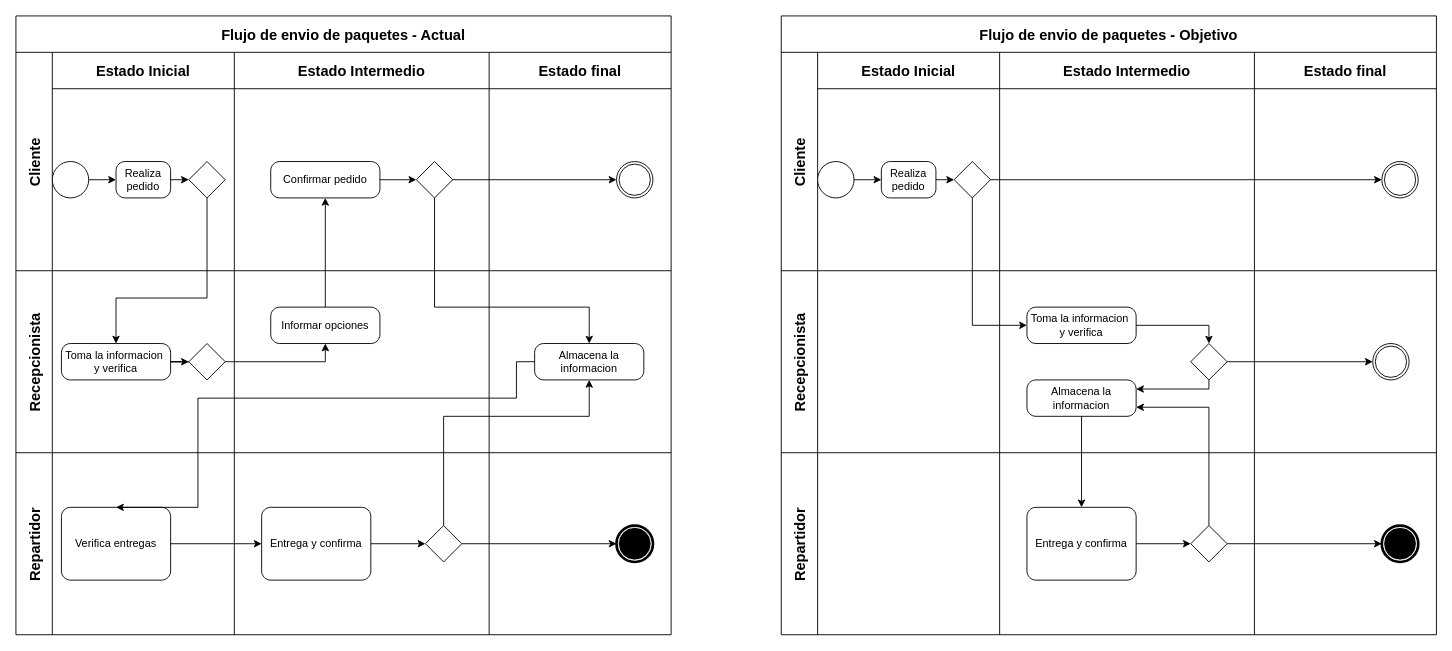
Before: page "Modelo BPMN actual" (1 of 6) of 1. Planear/Envia.drawio in Jlcastano22/Envia, a draw.io diagram. Source tidied: cells renumbered, new cells numbered last; positions are measured from the earlier drawing's top-left corner, leaving out a move shared by most shapes. Both pictures are drawn from the tidied source at 91%, with x=0, y=0 at pixel (15, 15).
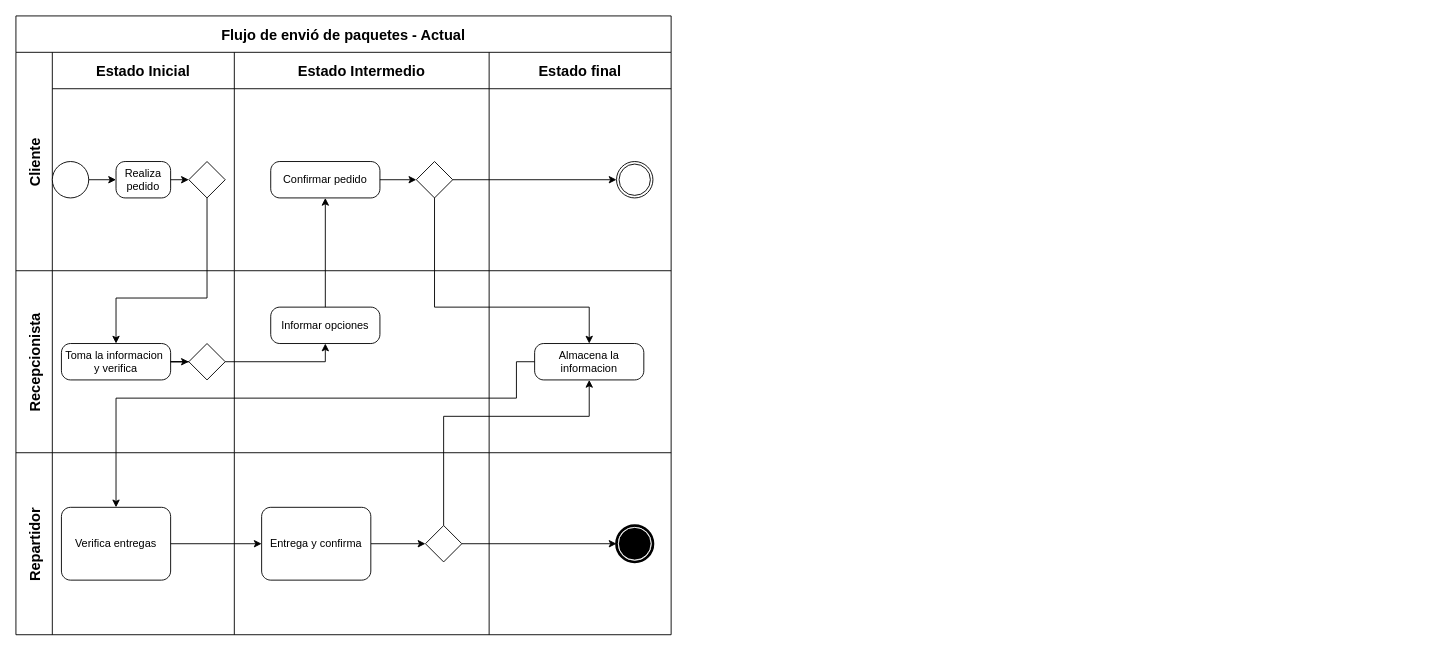
After the change.

The change refers to these unchanged cells:
```xml
<mxCell id="25" value="Almacena la informacion" style="points=[[0.25,0,0],[0.5,0,0],[0.75,0,0],[1,0.25,0],[1,0.5,0],[1,0.75,0],[0.75,1,0],[0.5,1,0],[0.25,1,0],[0,0.75,0],[0,0.5,0],[0,0.25,0]];shape=mxgraph.bpmn.task;whiteSpace=wrap;rectStyle=rounded;size=10;html=1;taskMarker=abstract;" parent="24" vertex="1">
  <mxGeometry x="50" y="80" width="120" height="40" as="geometry" />
</mxCell>
<mxCell id="29" value="Verifica entregas" style="points=[[0.25,0,0],[0.5,0,0],[0.75,0,0],[1,0.25,0],[1,0.5,0],[1,0.75,0],[0.75,1,0],[0.5,1,0],[0.25,1,0],[0,0.75,0],[0,0.5,0],[0,0.25,0]];shape=mxgraph.bpmn.task;whiteSpace=wrap;rectStyle=rounded;size=10;html=1;taskMarker=abstract;" parent="28" vertex="1">
  <mxGeometry x="10" y="60" width="120" height="80" as="geometry" />
</mxCell>
```

What changed in the source:
```diff
@@
-    <mxCell id="2" value="Flujo de envio de paquetes - Actual" style="shape=table;childLayout=tableLayout;startSize=40;fontSize=16;fontStyle=1;" parent="1" vertex="1">
+    <mxCell id="2" value="Flujo de envió de paquetes - Actual" style="shape=table;childLayout=tableLayout;startSize=40;fontSize=16;fontStyle=1;" parent="1" vertex="1">
       <mxGeometry width="720" height="680" as="geometry" />
     </mxCell>
@@
     <mxCell id="40" style="edgeStyle=orthogonalEdgeStyle;rounded=0;jettySize=auto;html=1;entryX=0.5;entryY=0;entryDx=0;entryDy=0;entryPerimeter=0;" parent="2" edge="1" source="25" target="29">
       <mxGeometry relative="1" as="geometry">
         <Array as="points">
           <mxPoint x="550" y="380" />
           <mxPoint x="550" y="420" />
-          <mxPoint x="200" y="420" />
-          <mxPoint x="200" y="540" />
+          <mxPoint x="110" y="420" />
         </Array>
       </mxGeometry>
     </mxCell>
@@
-    <mxCell id="43" value="Flujo de envio de paquetes - Objetivo" style="shape=table;childLayout=tableLayout;startSize=40;fontSize=16;fontStyle=1;" parent="1" vertex="1">
-      <mxGeometry x="841" width="720" height="680" as="geometry" />
-    </mxCell>
-    <mxCell id="44" value="Cliente" style="shape=tableRow;horizontal=0;swimlaneHead=0;swimlaneBody=0;top=0;left=0;strokeColor=inherit;bottom=0;right=0;fontStyle=1;fillColor=none;startSize=40;fontSize=16;" parent="43" vertex="1">
-      <mxGeometry y="40" width="720" height="240" as="geometry" />
-    </mxCell>
-    <mxCell id="45" value="Estado Inicial" style="swimlane;swimlaneHead=0;swimlaneBody=0;fontStyle=1;strokeColor=inherit;fillColor=none;startSize=40;fontSize=16;" parent="44" vertex="1">
-      <mxGeometry x="40" width="200" height="240" as="geometry" />
-    </mxCell>
-    <mxCell id="46" style="points=[[0.145,0.145,0],[0.5,0,0],[0.855,0.145,0],[1,0.5,0],[0.855,0.855,0],[0.5,1,0],[0.145,0.855,0],[0,0.5,0]];shape=mxgraph.bpmn.event;html=1;verticalLabelPosition=bottom;labelBackgroundColor=#ffffff;verticalAlign=top;align=center;perimeter=ellipsePerimeter;outlineConnect=0;outline=standard;symbol=general;" parent="45" vertex="1">
-      <mxGeometry y="120" width="40" height="40" as="geometry" />
-    </mxCell>
-    <mxCell id="47" value="Realiza pedido" style="points=[[0.25,0,0],[0.5,0,0],[0.75,0,0],[1,0.25,0],[1,0.5,0],[1,0.75,0],[0.75,1,0],[0.5,1,0],[0.25,1,0],[0,0.75,0],[0,0.5,0],[0,0.25,0]];shape=mxgraph.bpmn.task;whiteSpace=wrap;rectStyle=rounded;size=10;html=1;taskMarker=abstract;" parent="45" vertex="1">
-      <mxGeometry x="70" y="120" width="60" height="40" as="geometry" />
-    </mxCell>
-    <mxCell id="48" style="points=[[0.25,0.25,0],[0.5,0,0],[0.75,0.25,0],[1,0.5,0],[0.75,0.75,0],[0.5,1,0],[0.25,0.75,0],[0,0.5,0]];shape=mxgraph.bpmn.gateway2;html=1;verticalLabelPosition=bottom;labelBackgroundColor=#ffffff;verticalAlign=top;align=center;perimeter=rhombusPerimeter;outlineConnect=0;outline=none;symbol=none;" parent="45" vertex="1">
-      <mxGeometry x="150" y="120" width="40" height="40" as="geometry" />
-    </mxCell>
-    <mxCell id="49" style="edgeStyle=orthogonalEdgeStyle;rounded=0;jettySize=auto;html=1;exitX=1;exitY=0.5;exitDx=0;exitDy=0;exitPerimeter=0;entryX=0;entryY=0.5;entryDx=0;entryDy=0;entryPerimeter=0;" parent="45" edge="1" source="46" target="47">
-      <mxGeometry relative="1" as="geometry" />
-    </mxCell>
-    <mxCell id="50" style="edgeStyle=orthogonalEdgeStyle;rounded=0;jettySize=auto;html=1;exitX=1;exitY=0.5;exitDx=0;exitDy=0;exitPerimeter=0;entryX=0;entryY=0.5;entryDx=0;entryDy=0;entryPerimeter=0;" parent="45" edge="1" source="47" target="48">
-      <mxGeometry relative="1" as="geometry" />
-    </mxCell>
-    <mxCell id="51" value="Estado Intermedio" style="swimlane;swimlaneHead=0;swimlaneBody=0;fontStyle=1;strokeColor=inherit;fillColor=none;startSize=40;fontSize=16;" parent="44" vertex="1">
-      <mxGeometry x="240" width="280" height="240" as="geometry" />
-    </mxCell>
-    <mxCell id="52" value="Estado final" style="swimlane;swimlaneHead=0;swimlaneBody=0;fontStyle=1;strokeColor=inherit;fillColor=none;startSize=40;fontSize=16;" parent="44" vertex="1">
-      <mxGeometry x="520" width="200" height="240" as="geometry" />
-    </mxCell>
-    <mxCell id="53" style="points=[[0.145,0.145,0],[0.5,0,0],[0.855,0.145,0],[1,0.5,0],[0.855,0.855,0],[0.5,1,0],[0.145,0.855,0],[0,0.5,0]];shape=mxgraph.bpmn.event;html=1;verticalLabelPosition=bottom;labelBackgroundColor=#ffffff;verticalAlign=top;align=center;perimeter=ellipsePerimeter;outlineConnect=0;outline=throwing;symbol=general;" parent="52" vertex="1">
-      <mxGeometry x="140" y="120" width="40" height="40" as="geometry" />
-    </mxCell>
-    <mxCell id="54" style="edgeStyle=orthogonalEdgeStyle;rounded=0;jettySize=auto;html=1;exitX=1;exitY=0.5;exitDx=0;exitDy=0;exitPerimeter=0;" parent="44" edge="1" source="48" target="53">
-      <mxGeometry relative="1" as="geometry" />
-    </mxCell>
-    <mxCell id="55" value="Recepcionista" style="shape=tableRow;horizontal=0;swimlaneHead=0;swimlaneBody=0;top=0;left=0;strokeColor=inherit;bottom=0;right=0;fontStyle=1;fillColor=none;startSize=40;fontSize=16;" parent="43" vertex="1">
-      <mxGeometry y="280" width="720" height="200" as="geometry" />
-    </mxCell>
-    <mxCell id="56" style="swimlane;swimlaneHead=0;swimlaneBody=0;fontStyle=1;strokeColor=inherit;fillColor=none;startSize=0;fontSize=16;" parent="55" vertex="1">
-      <mxGeometry x="40" width="200" height="200" as="geometry" />
-    </mxCell>
-    <mxCell id="57" style="swimlane;swimlaneHead=0;swimlaneBody=0;fontStyle=1;strokeColor=inherit;fillColor=none;startSize=0;fontSize=16;" parent="55" vertex="1">
-      <mxGeometry x="240" width="280" height="200" as="geometry" />
-    </mxCell>
-    <mxCell id="58" value="Toma la informacion&amp;nbsp; y verifica" style="points=[[0.25,0,0],[0.5,0,0],[0.75,0,0],[1,0.25,0],[1,0.5,0],[1,0.75,0],[0.75,1,0],[0.5,1,0],[0.25,1,0],[0,0.75,0],[0,0.5,0],[0,0.25,0]];shape=mxgraph.bpmn.task;whiteSpace=wrap;rectStyle=rounded;size=10;html=1;taskMarker=abstract;" parent="57" vertex="1">
-      <mxGeometry x="30" y="40" width="120" height="40" as="geometry" />
-    </mxCell>
-    <mxCell id="59" style="edgeStyle=orthogonalEdgeStyle;rounded=0;jettySize=auto;html=1;entryX=1;entryY=0.25;entryDx=0;entryDy=0;entryPerimeter=0;" parent="57" edge="1" source="60" target="61">
-      <mxGeometry relative="1" as="geometry">
-        <Array as="points">
-          <mxPoint x="230" y="130" />
-        </Array>
-      </mxGeometry>
-    </mxCell>
-    <mxCell id="60" style="points=[[0.25,0.25,0],[0.5,0,0],[0.75,0.25,0],[1,0.5,0],[0.75,0.75,0],[0.5,1,0],[0.25,0.75,0],[0,0.5,0]];shape=mxgraph.bpmn.gateway2;html=1;verticalLabelPosition=bottom;labelBackgroundColor=#ffffff;verticalAlign=top;align=center;perimeter=rhombusPerimeter;outlineConnect=0;outline=none;symbol=none;" parent="57" vertex="1">
-      <mxGeometry x="210" y="80" width="40" height="40" as="geometry" />
-    </mxCell>
-    <mxCell id="61" value="Almacena la informacion" style="points=[[0.25,0,0],[0.5,0,0],[0.75,0,0],[1,0.25,0],[1,0.5,0],[1,0.75,0],[0.75,1,0],[0.5,1,0],[0.25,1,0],[0,0.75,0],[0,0.5,0],[0,0.25,0]];shape=mxgraph.bpmn.task;whiteSpace=wrap;rectStyle=rounded;size=10;html=1;taskMarker=abstract;" parent="57" vertex="1">
-      <mxGeometry x="30" y="120" width="120" height="40" as="geometry" />
-    </mxCell>
-    <mxCell id="62" style="edgeStyle=orthogonalEdgeStyle;rounded=0;jettySize=auto;html=1;entryX=0.5;entryY=0;entryDx=0;entryDy=0;entryPerimeter=0;" parent="57" edge="1" source="58" target="60">
-      <mxGeometry relative="1" as="geometry" />
-    </mxCell>
-    <mxCell id="63" style="swimlane;swimlaneHead=0;swimlaneBody=0;fontStyle=1;strokeColor=inherit;fillColor=none;startSize=0;fontSize=16;" parent="55" vertex="1">
-      <mxGeometry x="520" width="200" height="200" as="geometry" />
-    </mxCell>
-    <mxCell id="64" style="points=[[0.145,0.145,0],[0.5,0,0],[0.855,0.145,0],[1,0.5,0],[0.855,0.855,0],[0.5,1,0],[0.145,0.855,0],[0,0.5,0]];shape=mxgraph.bpmn.event;html=1;verticalLabelPosition=bottom;labelBackgroundColor=#ffffff;verticalAlign=top;align=center;perimeter=ellipsePerimeter;outlineConnect=0;outline=throwing;symbol=general;" parent="63" vertex="1">
-      <mxGeometry x="130" y="80" width="40" height="40" as="geometry" />
-    </mxCell>
-    <mxCell id="65" style="edgeStyle=orthogonalEdgeStyle;rounded=0;jettySize=auto;html=1;exitX=1;exitY=0.5;exitDx=0;exitDy=0;exitPerimeter=0;entryX=0;entryY=0.5;entryDx=0;entryDy=0;entryPerimeter=0;" parent="55" edge="1" source="60" target="64">
-      <mxGeometry relative="1" as="geometry" />
-    </mxCell>
-    <mxCell id="66" value="Repartidor" style="shape=tableRow;horizontal=0;swimlaneHead=0;swimlaneBody=0;top=0;left=0;strokeColor=inherit;bottom=0;right=0;fontStyle=1;fillColor=none;startSize=40;fontSize=16;" parent="43" vertex="1">
-      <mxGeometry y="480" width="720" height="200" as="geometry" />
-    </mxCell>
-    <mxCell id="67" style="swimlane;swimlaneHead=0;swimlaneBody=0;fontStyle=1;strokeColor=inherit;fillColor=none;startSize=0;fontSize=16;" parent="66" vertex="1">
-      <mxGeometry x="40" width="200" height="200" as="geometry" />
-    </mxCell>
-    <mxCell id="68" style="swimlane;swimlaneHead=0;swimlaneBody=0;fontStyle=1;strokeColor=inherit;fillColor=none;startSize=0;fontSize=16;" parent="66" vertex="1">
-      <mxGeometry x="240" width="280" height="200" as="geometry" />
-    </mxCell>
-    <mxCell id="69" style="edgeStyle=orthogonalEdgeStyle;rounded=0;jettySize=auto;html=1;" parent="68" edge="1" source="70" target="71">
-      <mxGeometry relative="1" as="geometry" />
-    </mxCell>
-    <mxCell id="70" value="Entrega y confirma" style="points=[[0.25,0,0],[0.5,0,0],[0.75,0,0],[1,0.25,0],[1,0.5,0],[1,0.75,0],[0.75,1,0],[0.5,1,0],[0.25,1,0],[0,0.75,0],[0,0.5,0],[0,0.25,0]];shape=mxgraph.bpmn.task;whiteSpace=wrap;rectStyle=rounded;size=10;html=1;taskMarker=abstract;" parent="68" vertex="1">
-      <mxGeometry x="30" y="60" width="120" height="80" as="geometry" />
-    </mxCell>
-    <mxCell id="71" style="points=[[0.25,0.25,0],[0.5,0,0],[0.75,0.25,0],[1,0.5,0],[0.75,0.75,0],[0.5,1,0],[0.25,0.75,0],[0,0.5,0]];shape=mxgraph.bpmn.gateway2;html=1;verticalLabelPosition=bottom;labelBackgroundColor=#ffffff;verticalAlign=top;align=center;perimeter=rhombusPerimeter;outlineConnect=0;outline=none;symbol=none;" parent="68" vertex="1">
-      <mxGeometry x="210" y="80" width="40" height="40" as="geometry" />
-    </mxCell>
-    <mxCell id="72" style="swimlane;swimlaneHead=0;swimlaneBody=0;fontStyle=1;strokeColor=inherit;fillColor=none;startSize=0;fontSize=16;" parent="66" vertex="1">
-      <mxGeometry x="520" width="200" height="200" as="geometry" />
-    </mxCell>
-    <mxCell id="73" style="points=[[0.145,0.145,0],[0.5,0,0],[0.855,0.145,0],[1,0.5,0],[0.855,0.855,0],[0.5,1,0],[0.145,0.855,0],[0,0.5,0]];shape=mxgraph.bpmn.event;html=1;verticalLabelPosition=bottom;labelBackgroundColor=#ffffff;verticalAlign=top;align=center;perimeter=ellipsePerimeter;outlineConnect=0;outline=end;symbol=terminate;direction=south;" parent="72" vertex="1">
-      <mxGeometry x="140" y="80" width="40" height="40" as="geometry" />
-    </mxCell>
-    <mxCell id="74" style="edgeStyle=orthogonalEdgeStyle;rounded=0;jettySize=auto;html=1;entryX=0.5;entryY=1;entryDx=0;entryDy=0;entryPerimeter=0;" parent="66" edge="1" source="71" target="73">
-      <mxGeometry relative="1" as="geometry" />
-    </mxCell>
-    <mxCell id="75" style="edgeStyle=orthogonalEdgeStyle;rounded=0;jettySize=auto;html=1;exitX=0.5;exitY=1;exitDx=0;exitDy=0;exitPerimeter=0;entryX=0;entryY=0.5;entryDx=0;entryDy=0;entryPerimeter=0;" parent="43" edge="1" source="48" target="58">
-      <mxGeometry relative="1" as="geometry" />
-    </mxCell>
-    <mxCell id="76" style="edgeStyle=orthogonalEdgeStyle;rounded=0;jettySize=auto;html=1;entryX=0.5;entryY=0;entryDx=0;entryDy=0;entryPerimeter=0;" parent="43" edge="1" source="61" target="70">
-      <mxGeometry relative="1" as="geometry" />
-    </mxCell>
-    <mxCell id="77" style="edgeStyle=orthogonalEdgeStyle;rounded=0;jettySize=auto;html=1;entryX=1;entryY=0.75;entryDx=0;entryDy=0;entryPerimeter=0;" parent="43" edge="1" source="71" target="61">
-      <mxGeometry relative="1" as="geometry">
-        <Array as="points">
-          <mxPoint x="470" y="430" />
-        </Array>
-      </mxGeometry>
-    </mxCell>
```
